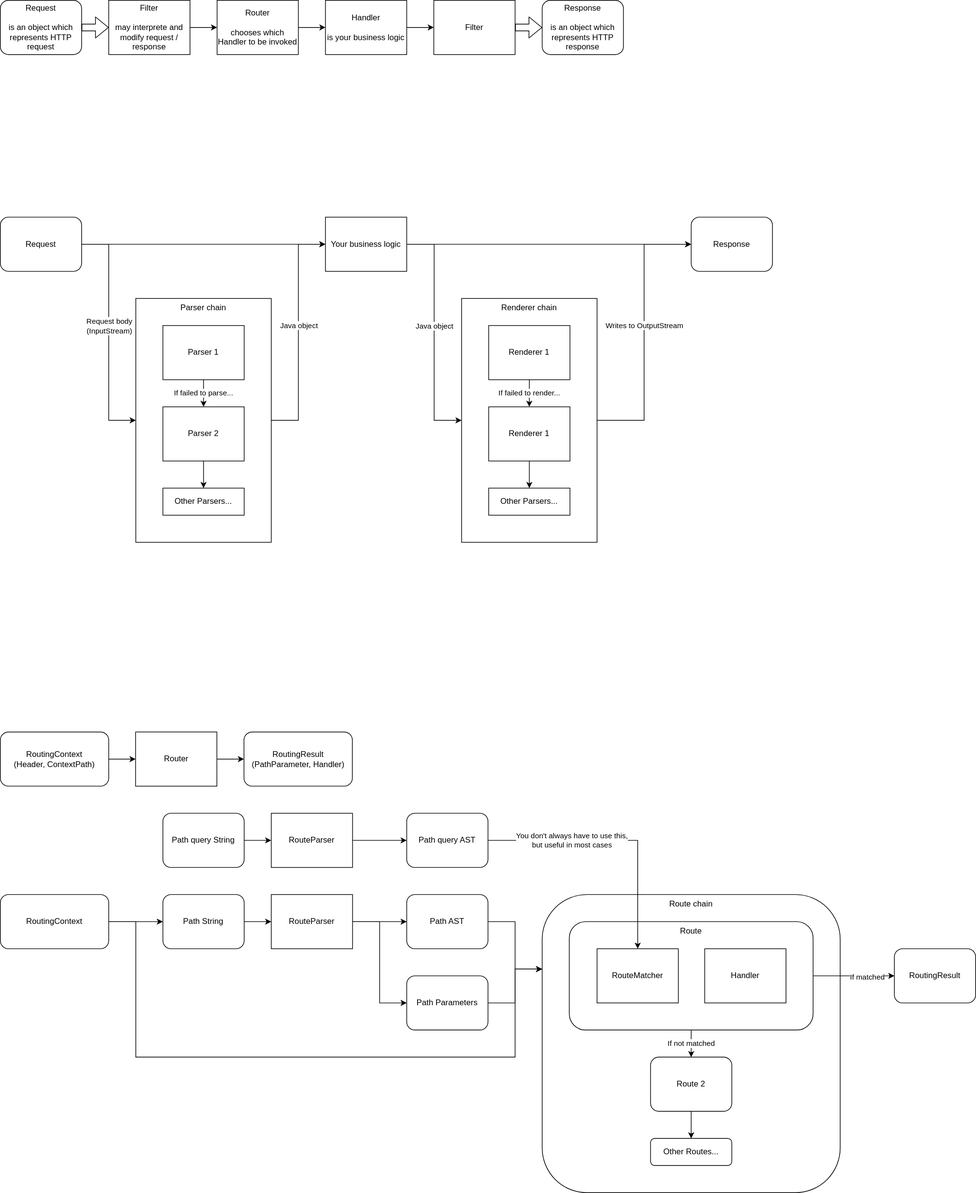
minebreaker/Abukuma keeps this draw.io diagram as documentation/architecture.drawio.svg. Above is the earlier version. Source tidied: cells renumbered, new cells last; positions are measured from the earlier drawing's top-left corner, leaving out a move shared by most shapes.
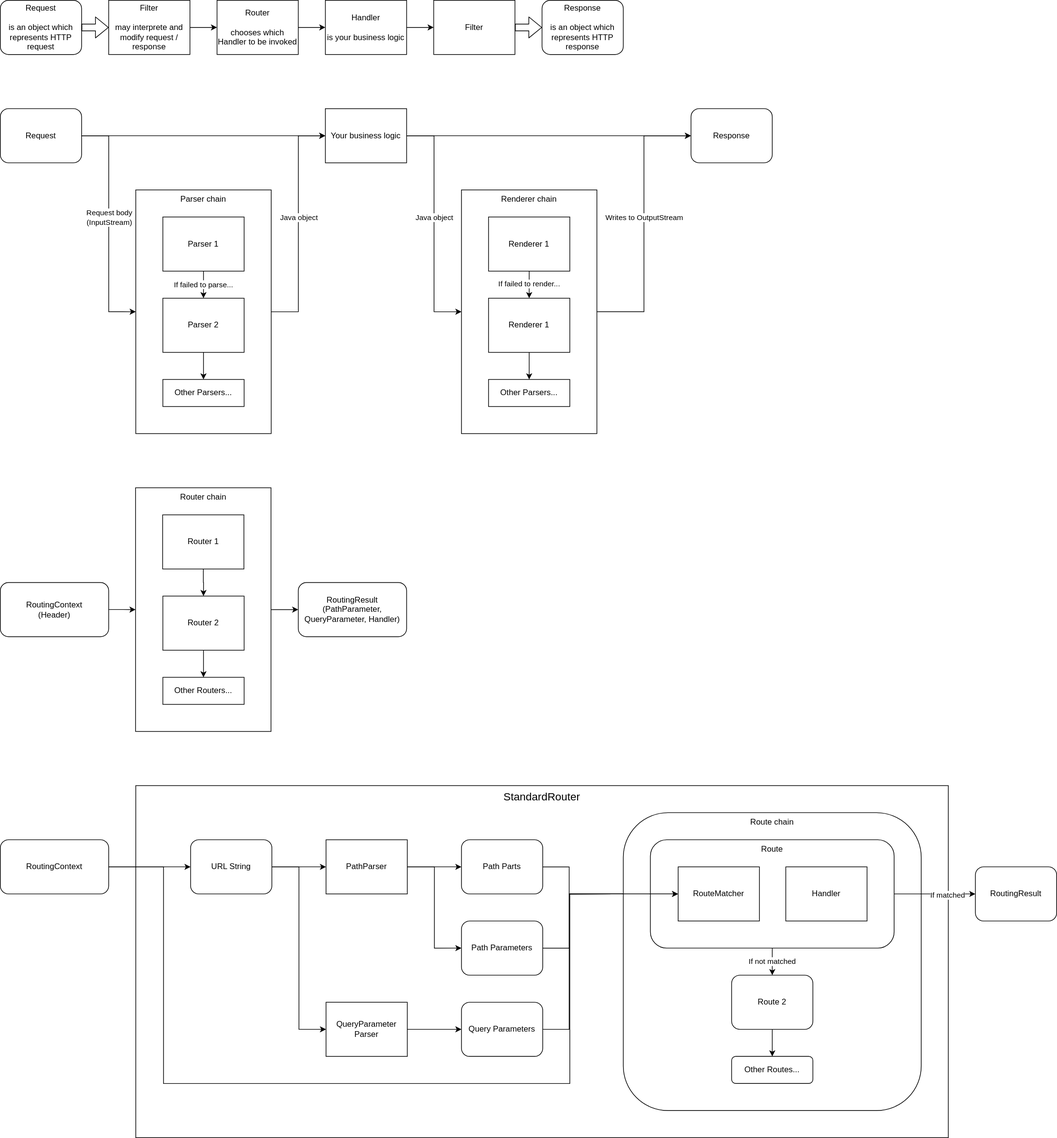
Later version of the same file.

The edit, as a diff of the source:
```diff
@@ -2,6 +2,12 @@
   <root>
     <mxCell id="0" />
     <mxCell id="1" parent="0" />
+    <mxCell id="74" value="StandardRouter" style="rounded=0;whiteSpace=wrap;html=1;fontSize=16;align=center;verticalAlign=top;" parent="1" vertex="1">
+      <mxGeometry x="200" y="1160" width="1200" height="520" as="geometry" />
+    </mxCell>
+    <mxCell id="75" value="Router chain" style="rounded=0;whiteSpace=wrap;html=1;verticalAlign=top;" parent="1" vertex="1">
+      <mxGeometry x="199.8" y="720" width="200" height="360" as="geometry" />
+    </mxCell>
     <mxCell id="2" value="Request&lt;br&gt;&lt;br&gt;is an object which represents HTTP request" style="rounded=1;whiteSpace=wrap;html=1;" parent="1" vertex="1">
       <mxGeometry width="120" height="80" as="geometry" />
     </mxCell>
@@ -47,7 +53,7 @@
       <mxGeometry relative="1" as="geometry" />
     </mxCell>
     <mxCell id="16" value="Request" style="rounded=1;whiteSpace=wrap;html=1;" parent="1" vertex="1">
-      <mxGeometry y="320" width="120" height="80" as="geometry" />
+      <mxGeometry y="160" width="120" height="80" as="geometry" />
     </mxCell>
     <mxCell id="17" style="edgeStyle=orthogonalEdgeStyle;rounded=0;jettySize=auto;html=1;entryX=0;entryY=0.5;entryDx=0;entryDy=0;" parent="1" edge="1" source="19" target="27">
       <mxGeometry relative="1" as="geometry" />
@@ -58,7 +64,7 @@
       </mxGeometry>
     </mxCell>
     <mxCell id="19" value="Renderer chain" style="rounded=0;whiteSpace=wrap;html=1;verticalAlign=top;" parent="1" vertex="1">
-      <mxGeometry x="681" y="440" width="200" height="360" as="geometry" />
+      <mxGeometry x="681" y="280" width="200" height="360" as="geometry" />
     </mxCell>
     <mxCell id="20" style="edgeStyle=orthogonalEdgeStyle;rounded=0;jettySize=auto;html=1;entryX=0;entryY=0.5;entryDx=0;entryDy=0;exitX=1;exitY=0.5;exitDx=0;exitDy=0;" parent="1" edge="1" source="22" target="26">
       <mxGeometry relative="1" as="geometry" />
@@ -68,8 +74,8 @@
         <mxPoint y="-4.3" as="offset" />
       </mxGeometry>
     </mxCell>
-    <mxCell id="22" value="Parser chain" style="rounded=0;whiteSpace=wrap;html=1;verticalAlign=top;fillColor=none;" parent="1" vertex="1">
-      <mxGeometry x="200" y="440" width="200" height="360" as="geometry" />
+    <mxCell id="22" value="Parser chain" style="rounded=0;whiteSpace=wrap;html=1;verticalAlign=top;" parent="1" vertex="1">
+      <mxGeometry x="200" y="280" width="200" height="360" as="geometry" />
     </mxCell>
     <mxCell id="23" style="edgeStyle=orthogonalEdgeStyle;rounded=0;jettySize=auto;html=1;entryX=0;entryY=0.5;entryDx=0;entryDy=0;" parent="1" edge="1" source="26" target="27">
       <mxGeometry relative="1" as="geometry" />
@@ -83,28 +89,28 @@
       </mxGeometry>
     </mxCell>
     <mxCell id="26" value="Your business logic" style="rounded=0;whiteSpace=wrap;html=1;" parent="1" vertex="1">
-      <mxGeometry x="480" y="320" width="120" height="80" as="geometry" />
+      <mxGeometry x="480" y="160" width="120" height="80" as="geometry" />
     </mxCell>
     <mxCell id="27" value="Response" style="rounded=1;whiteSpace=wrap;html=1;" parent="1" vertex="1">
-      <mxGeometry x="1020" y="320" width="120" height="80" as="geometry" />
+      <mxGeometry x="1020" y="160" width="120" height="80" as="geometry" />
     </mxCell>
-    <mxCell id="28" style="edgeStyle=orthogonalEdgeStyle;rounded=0;jettySize=auto;html=1;entryX=0;entryY=0.5;entryDx=0;entryDy=0;" parent="1" edge="1" source="29" target="59">
+    <mxCell id="28" style="edgeStyle=orthogonalEdgeStyle;rounded=0;jettySize=auto;html=1;entryX=0;entryY=0.5;entryDx=0;entryDy=0;" parent="1" edge="1" source="29" target="75">
       <mxGeometry relative="1" as="geometry" />
     </mxCell>
-    <mxCell id="29" value="RoutingContext&lt;br&gt;(Header, ContextPath)" style="rounded=1;whiteSpace=wrap;html=1;" parent="1" vertex="1">
-      <mxGeometry y="1080" width="160" height="80" as="geometry" />
+    <mxCell id="29" value="RoutingContext&lt;br&gt;(Header)" style="rounded=1;whiteSpace=wrap;html=1;" parent="1" vertex="1">
+      <mxGeometry y="860" width="160" height="80" as="geometry" />
     </mxCell>
     <mxCell id="30" value="If failed to parse..." style="edgeStyle=orthogonalEdgeStyle;rounded=0;jettySize=auto;html=1;entryX=0.5;entryY=0;entryDx=0;entryDy=0;" parent="1" edge="1" source="31" target="33">
       <mxGeometry relative="1" as="geometry" />
     </mxCell>
     <mxCell id="31" value="Parser 1" style="rounded=0;whiteSpace=wrap;html=1;" parent="1" vertex="1">
-      <mxGeometry x="240" y="480" width="120" height="80" as="geometry" />
+      <mxGeometry x="240" y="320" width="120" height="80" as="geometry" />
     </mxCell>
     <mxCell id="32" style="edgeStyle=orthogonalEdgeStyle;rounded=0;jettySize=auto;html=1;entryX=0.5;entryY=0;entryDx=0;entryDy=0;" parent="1" edge="1" source="33" target="37">
       <mxGeometry relative="1" as="geometry" />
     </mxCell>
     <mxCell id="33" value="Parser 2" style="rounded=0;whiteSpace=wrap;html=1;" parent="1" vertex="1">
-      <mxGeometry x="240" y="600" width="120" height="80" as="geometry" />
+      <mxGeometry x="240" y="440" width="120" height="80" as="geometry" />
     </mxCell>
     <mxCell id="34" style="edgeStyle=orthogonalEdgeStyle;rounded=0;jettySize=auto;html=1;entryX=0.5;entryY=0;entryDx=0;entryDy=0;" parent="1" edge="1" source="36" target="39">
       <mxGeometry relative="1" as="geometry" />
@@ -113,41 +119,41 @@
       <mxGeometry x="-0.07" y="-1" relative="1" as="geometry" />
     </mxCell>
     <mxCell id="36" value="Renderer 1" style="rounded=0;whiteSpace=wrap;html=1;" parent="1" vertex="1">
-      <mxGeometry x="721" y="480" width="120" height="80" as="geometry" />
+      <mxGeometry x="721" y="320" width="120" height="80" as="geometry" />
     </mxCell>
     <mxCell id="37" value="Other Parsers..." style="rounded=0;whiteSpace=wrap;html=1;" parent="1" vertex="1">
-      <mxGeometry x="240" y="720" width="120" height="40" as="geometry" />
+      <mxGeometry x="240" y="560" width="120" height="40" as="geometry" />
     </mxCell>
     <mxCell id="38" style="edgeStyle=orthogonalEdgeStyle;rounded=0;jettySize=auto;html=1;entryX=0.5;entryY=0;entryDx=0;entryDy=0;" parent="1" edge="1" source="39" target="40">
       <mxGeometry relative="1" as="geometry" />
     </mxCell>
     <mxCell id="39" value="Renderer 1" style="rounded=0;whiteSpace=wrap;html=1;" parent="1" vertex="1">
-      <mxGeometry x="721" y="600" width="120" height="80" as="geometry" />
+      <mxGeometry x="721" y="440" width="120" height="80" as="geometry" />
     </mxCell>
     <mxCell id="40" value="Other Parsers..." style="rounded=0;whiteSpace=wrap;html=1;" parent="1" vertex="1">
-      <mxGeometry x="721" y="720" width="120" height="40" as="geometry" />
+      <mxGeometry x="721" y="560" width="120" height="40" as="geometry" />
     </mxCell>
-    <mxCell id="41" value="RoutingResult&lt;br&gt;(PathParameter, Handler)" style="rounded=1;whiteSpace=wrap;html=1;" parent="1" vertex="1">
-      <mxGeometry x="359.8" y="1080" width="160" height="80" as="geometry" />
+    <mxCell id="41" value="RoutingResult&lt;br&gt;(PathParameter, QueryParameter, Handler)" style="rounded=1;whiteSpace=wrap;html=1;" parent="1" vertex="1">
+      <mxGeometry x="440" y="860" width="160" height="80" as="geometry" />
     </mxCell>
     <mxCell id="42" style="edgeStyle=orthogonalEdgeStyle;rounded=0;jettySize=auto;html=1;entryX=0;entryY=0.5;entryDx=0;entryDy=0;" parent="1" edge="1" source="44" target="50">
       <mxGeometry relative="1" as="geometry" />
     </mxCell>
-    <mxCell id="43" style="edgeStyle=orthogonalEdgeStyle;rounded=0;jettySize=auto;html=1;entryX=0;entryY=0.25;entryDx=0;entryDy=0;" parent="1" edge="1" source="44" target="60">
+    <mxCell id="43" style="edgeStyle=orthogonalEdgeStyle;rounded=0;jettySize=auto;html=1;entryX=0;entryY=0.5;entryDx=0;entryDy=0;" parent="1" edge="1" source="44" target="70">
       <mxGeometry relative="1" as="geometry">
         <Array as="points">
-          <mxPoint x="200" y="1360" />
-          <mxPoint x="200" y="1560" />
-          <mxPoint x="760" y="1560" />
-          <mxPoint x="760" y="1430" />
+          <mxPoint x="241" y="1280" />
+          <mxPoint x="241" y="1600" />
+          <mxPoint x="841" y="1600" />
+          <mxPoint x="841" y="1320" />
         </Array>
       </mxGeometry>
     </mxCell>
     <mxCell id="44" value="RoutingContext" style="rounded=1;whiteSpace=wrap;html=1;" parent="1" vertex="1">
-      <mxGeometry y="1320" width="160" height="80" as="geometry" />
+      <mxGeometry y="1240" width="160" height="80" as="geometry" />
     </mxCell>
     <mxCell id="45" value="RoutingResult" style="rounded=1;whiteSpace=wrap;html=1;" parent="1" vertex="1">
-      <mxGeometry x="1320" y="1400" width="120" height="80" as="geometry" />
+      <mxGeometry x="1440" y="1280" width="120" height="80" as="geometry" />
     </mxCell>
     <mxCell id="46" style="edgeStyle=orthogonalEdgeStyle;rounded=0;jettySize=auto;html=1;entryX=0;entryY=0.5;entryDx=0;entryDy=0;" parent="1" edge="1" source="48" target="52">
       <mxGeometry relative="1" as="geometry" />
@@ -155,44 +161,40 @@
     <mxCell id="47" style="edgeStyle=orthogonalEdgeStyle;rounded=0;jettySize=auto;html=1;entryX=0;entryY=0.5;entryDx=0;entryDy=0;" parent="1" edge="1" source="48" target="69">
       <mxGeometry relative="1" as="geometry" />
     </mxCell>
-    <mxCell id="48" value="RouteParser" style="rounded=0;whiteSpace=wrap;html=1;" parent="1" vertex="1">
-      <mxGeometry x="400" y="1320" width="120" height="80" as="geometry" />
+    <mxCell id="48" value="PathParser" style="rounded=0;whiteSpace=wrap;html=1;" parent="1" vertex="1">
+      <mxGeometry x="481" y="1240" width="120" height="80" as="geometry" />
     </mxCell>
     <mxCell id="49" style="edgeStyle=orthogonalEdgeStyle;rounded=0;jettySize=auto;html=1;entryX=0;entryY=0.5;entryDx=0;entryDy=0;" parent="1" edge="1" source="50" target="48">
       <mxGeometry relative="1" as="geometry" />
     </mxCell>
+    <mxCell id="76" style="edgeStyle=orthogonalEdgeStyle;rounded=0;jettySize=auto;html=1;entryX=0;entryY=0.5;entryDx=0;entryDy=0;" parent="1" edge="1" source="50" target="82">
+      <mxGeometry relative="1" as="geometry" />
+    </mxCell>
-    <mxCell id="50" value="Path String" style="rounded=1;whiteSpace=wrap;html=1;" parent="1" vertex="1">
-      <mxGeometry x="240" y="1320" width="120" height="80" as="geometry" />
+    <mxCell id="50" value="URL String" style="rounded=1;whiteSpace=wrap;html=1;" parent="1" vertex="1">
+      <mxGeometry x="281" y="1240" width="120" height="80" as="geometry" />
     </mxCell>
-    <mxCell id="51" style="edgeStyle=orthogonalEdgeStyle;rounded=0;jettySize=auto;html=1;entryX=0;entryY=0.25;entryDx=0;entryDy=0;" parent="1" edge="1" source="52" target="60">
-      <mxGeometry relative="1" as="geometry" />
+    <mxCell id="51" style="edgeStyle=orthogonalEdgeStyle;rounded=0;jettySize=auto;html=1;entryX=0;entryY=0.5;entryDx=0;entryDy=0;" parent="1" edge="1" source="52" target="70">
+      <mxGeometry relative="1" as="geometry">
+        <Array as="points">
+          <mxPoint x="840" y="1280" />
+          <mxPoint x="840" y="1320" />
+        </Array>
+      </mxGeometry>
     </mxCell>
-    <mxCell id="52" value="Path AST" style="rounded=1;whiteSpace=wrap;html=1;" parent="1" vertex="1">
-      <mxGeometry x="600" y="1320" width="120" height="80" as="geometry" />
+    <mxCell id="52" value="Path Parts" style="rounded=1;whiteSpace=wrap;html=1;" parent="1" vertex="1">
+      <mxGeometry x="681" y="1240" width="120" height="80" as="geometry" />
     </mxCell>
-    <mxCell id="53" style="edgeStyle=orthogonalEdgeStyle;rounded=0;jettySize=auto;html=1;entryX=0;entryY=0.5;entryDx=0;entryDy=0;" parent="1" edge="1" source="54" target="57">
-      <mxGeometry relative="1" as="geometry" />
-    </mxCell>
-    <mxCell id="54" value="RouteParser" style="rounded=0;whiteSpace=wrap;html=1;" parent="1" vertex="1">
-      <mxGeometry x="400" y="1200" width="120" height="80" as="geometry" />
-    </mxCell>
-    <mxCell id="55" style="edgeStyle=orthogonalEdgeStyle;rounded=0;jettySize=auto;html=1;entryX=0;entryY=0.5;entryDx=0;entryDy=0;" parent="1" edge="1" source="56" target="54">
-      <mxGeometry relative="1" as="geometry" />
-    </mxCell>
-    <mxCell id="56" value="Path query String" style="rounded=1;whiteSpace=wrap;html=1;" parent="1" vertex="1">
-      <mxGeometry x="240" y="1200" width="120" height="80" as="geometry" />
-    </mxCell>
-    <mxCell id="57" value="Path query AST" style="rounded=1;whiteSpace=wrap;html=1;" parent="1" vertex="1">
-      <mxGeometry x="600" y="1200" width="120" height="80" as="geometry" />
-    </mxCell>
-    <mxCell id="58" style="edgeStyle=orthogonalEdgeStyle;rounded=0;jettySize=auto;html=1;entryX=0;entryY=0.5;entryDx=0;entryDy=0;" parent="1" edge="1" source="59" target="41">
+    <mxCell id="58" style="edgeStyle=orthogonalEdgeStyle;rounded=0;jettySize=auto;html=1;entryX=0;entryY=0.5;entryDx=0;entryDy=0;exitX=1;exitY=0.5;exitDx=0;exitDy=0;" parent="1" edge="1" source="75" target="41">
       <mxGeometry relative="1" as="geometry" />
     </mxCell>
+    <mxCell id="77" style="edgeStyle=orthogonalEdgeStyle;rounded=0;jettySize=auto;html=1;entryX=0.5;entryY=0;entryDx=0;entryDy=0;" parent="1" edge="1" source="59" target="79">
+      <mxGeometry relative="1" as="geometry" />
+    </mxCell>
-    <mxCell id="59" value="Router" style="rounded=0;whiteSpace=wrap;html=1;" parent="1" vertex="1">
-      <mxGeometry x="199.8" y="1080" width="120" height="80" as="geometry" />
+    <mxCell id="59" value="Router 1" style="rounded=0;whiteSpace=wrap;html=1;" parent="1" vertex="1">
+      <mxGeometry x="239.8" y="760" width="120" height="80" as="geometry" />
     </mxCell>
     <mxCell id="60" value="Route chain" style="rounded=1;whiteSpace=wrap;html=1;verticalAlign=top;" parent="1" vertex="1">
-      <mxGeometry x="800" y="1320" width="440" height="440" as="geometry" />
+      <mxGeometry x="920" y="1200" width="440" height="440" as="geometry" />
     </mxCell>
     <mxCell id="61" value="If not matched" style="edgeStyle=orthogonalEdgeStyle;rounded=0;jettySize=auto;html=1;entryX=0.5;entryY=0;entryDx=0;entryDy=0;" parent="1" edge="1" source="64" target="66">
       <mxGeometry relative="1" as="geometry" />
@@ -204,34 +206,59 @@
       <mxGeometry x="0.31" y="-1" relative="1" as="geometry" />
     </mxCell>
     <mxCell id="64" value="Route" style="rounded=1;whiteSpace=wrap;html=1;verticalAlign=top;" parent="1" vertex="1">
-      <mxGeometry x="840" y="1360" width="360" height="160" as="geometry" />
+      <mxGeometry x="960" y="1240" width="360" height="160" as="geometry" />
     </mxCell>
     <mxCell id="65" style="edgeStyle=orthogonalEdgeStyle;rounded=0;jettySize=auto;html=1;entryX=0.5;entryY=0;entryDx=0;entryDy=0;" parent="1" edge="1" source="66" target="67">
       <mxGeometry relative="1" as="geometry" />
     </mxCell>
     <mxCell id="66" value="Route 2" style="rounded=1;whiteSpace=wrap;html=1;" parent="1" vertex="1">
-      <mxGeometry x="960" y="1560" width="120" height="80" as="geometry" />
+      <mxGeometry x="1080" y="1440" width="120" height="80" as="geometry" />
     </mxCell>
     <mxCell id="67" value="Other Routes..." style="rounded=1;whiteSpace=wrap;html=1;" parent="1" vertex="1">
-      <mxGeometry x="960" y="1680" width="120" height="40" as="geometry" />
+      <mxGeometry x="1080" y="1560" width="120" height="40" as="geometry" />
     </mxCell>
-    <mxCell id="68" style="edgeStyle=orthogonalEdgeStyle;rounded=0;jettySize=auto;html=1;entryX=0;entryY=0.25;entryDx=0;entryDy=0;" parent="1" edge="1" source="69" target="60">
-      <mxGeometry relative="1" as="geometry" />
+    <mxCell id="68" style="edgeStyle=orthogonalEdgeStyle;rounded=0;jettySize=auto;html=1;entryX=0;entryY=0.5;entryDx=0;entryDy=0;" parent="1" edge="1" source="69" target="70">
+      <mxGeometry relative="1" as="geometry">
+        <Array as="points">
+          <mxPoint x="840" y="1400" />
+          <mxPoint x="840" y="1320" />
+        </Array>
+      </mxGeometry>
     </mxCell>
     <mxCell id="69" value="Path Parameters" style="rounded=1;whiteSpace=wrap;html=1;" parent="1" vertex="1">
-      <mxGeometry x="600" y="1440" width="120" height="80" as="geometry" />
+      <mxGeometry x="681" y="1360" width="120" height="80" as="geometry" />
     </mxCell>
     <mxCell id="70" value="RouteMatcher" style="rounded=0;whiteSpace=wrap;html=1;" parent="1" vertex="1">
-      <mxGeometry x="881" y="1400" width="120" height="80" as="geometry" />
+      <mxGeometry x="1001" y="1280" width="120" height="80" as="geometry" />
     </mxCell>
     <mxCell id="71" value="Handler" style="rounded=0;whiteSpace=wrap;html=1;" parent="1" vertex="1">
-      <mxGeometry x="1040" y="1400" width="120" height="80" as="geometry" />
+      <mxGeometry x="1160" y="1280" width="120" height="80" as="geometry" />
     </mxCell>
-    <mxCell id="72" style="edgeStyle=orthogonalEdgeStyle;rounded=0;jettySize=auto;html=1;entryX=0.5;entryY=0;entryDx=0;entryDy=0;" parent="1" edge="1" source="57" target="70">
-      <mxGeometry relative="1" as="geometry" />
-    </mxCell>
-    <mxCell id="73" value="You don't always have to use this,&lt;br&gt;but useful in most cases" style="edgeLabel;html=1;align=center;verticalAlign=middle;" parent="72" vertex="1">
-      <mxGeometry x="-0.36" y="1" relative="1" as="geometry" />
-    </mxCell>
+    <mxCell id="78" style="edgeStyle=orthogonalEdgeStyle;rounded=0;jettySize=auto;html=1;entryX=0.5;entryY=0;entryDx=0;entryDy=0;" parent="1" edge="1" source="79" target="80">
+      <mxGeometry relative="1" as="geometry" />
+    </mxCell>
+    <mxCell id="79" value="Router 2" style="rounded=0;whiteSpace=wrap;html=1;" parent="1" vertex="1">
+      <mxGeometry x="240" y="880" width="120" height="80" as="geometry" />
+    </mxCell>
+    <mxCell id="80" value="Other Routers..." style="rounded=0;whiteSpace=wrap;html=1;" parent="1" vertex="1">
+      <mxGeometry x="240" y="1000" width="120" height="40" as="geometry" />
+    </mxCell>
+    <mxCell id="81" style="edgeStyle=orthogonalEdgeStyle;rounded=0;jettySize=auto;html=1;entryX=0;entryY=0.5;entryDx=0;entryDy=0;" parent="1" edge="1" source="82" target="84">
+      <mxGeometry relative="1" as="geometry" />
+    </mxCell>
+    <mxCell id="82" value="QueryParameter&lt;br&gt;Parser" style="rounded=0;whiteSpace=wrap;html=1;" parent="1" vertex="1">
+      <mxGeometry x="481" y="1480" width="120" height="80" as="geometry" />
+    </mxCell>
+    <mxCell id="83" style="edgeStyle=orthogonalEdgeStyle;rounded=0;jettySize=auto;html=1;entryX=0;entryY=0.5;entryDx=0;entryDy=0;" parent="1" edge="1" source="84" target="70">
+      <mxGeometry relative="1" as="geometry">
+        <Array as="points">
+          <mxPoint x="840" y="1520" />
+          <mxPoint x="840" y="1320" />
+        </Array>
+      </mxGeometry>
+    </mxCell>
+    <mxCell id="84" value="Query Parameters" style="rounded=1;whiteSpace=wrap;html=1;" parent="1" vertex="1">
+      <mxGeometry x="681" y="1480" width="120" height="80" as="geometry" />
+    </mxCell>
   </root>
 </mxGraphModel>
```
